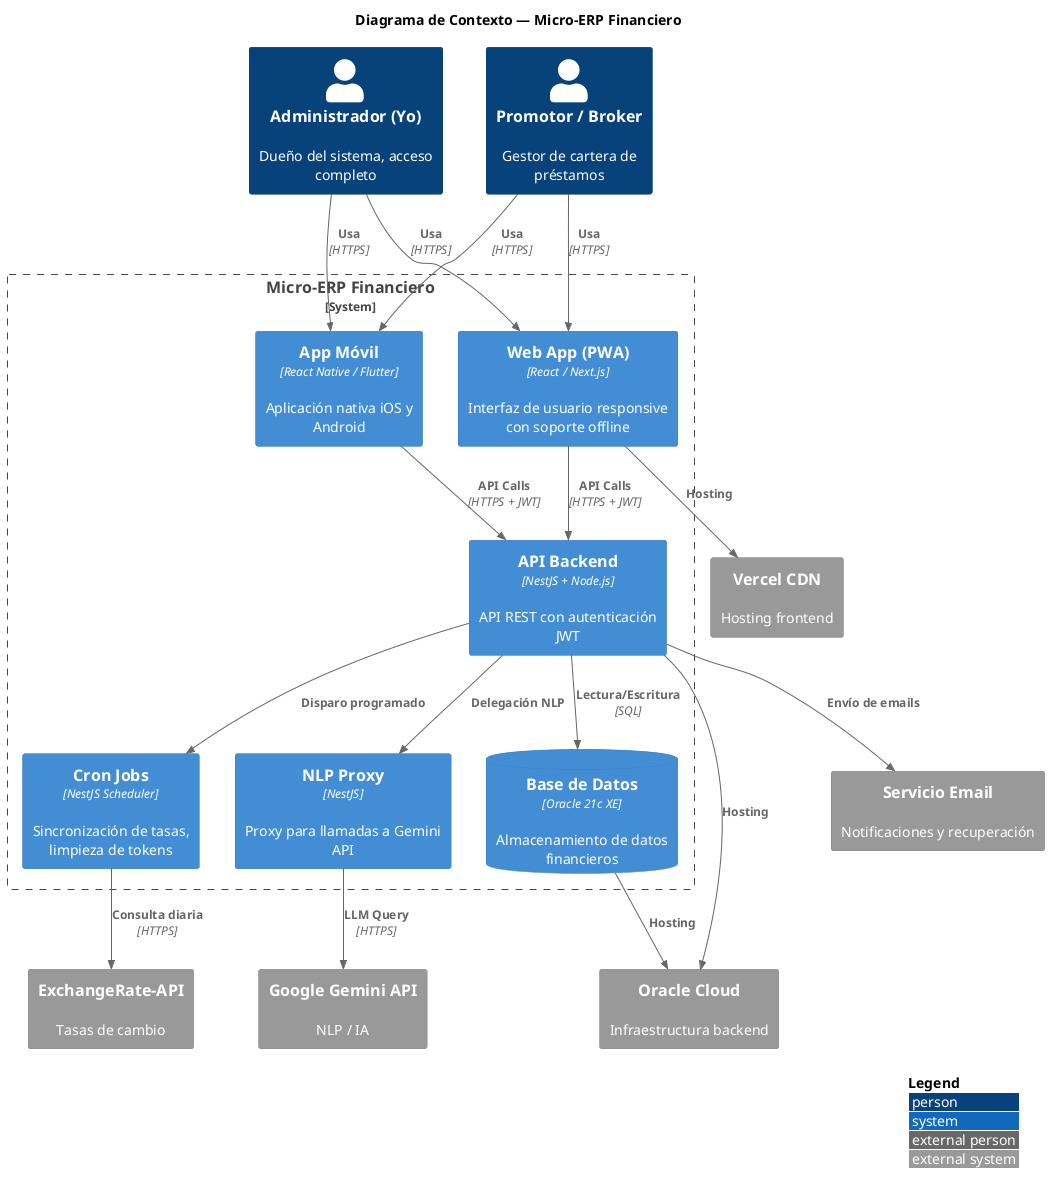
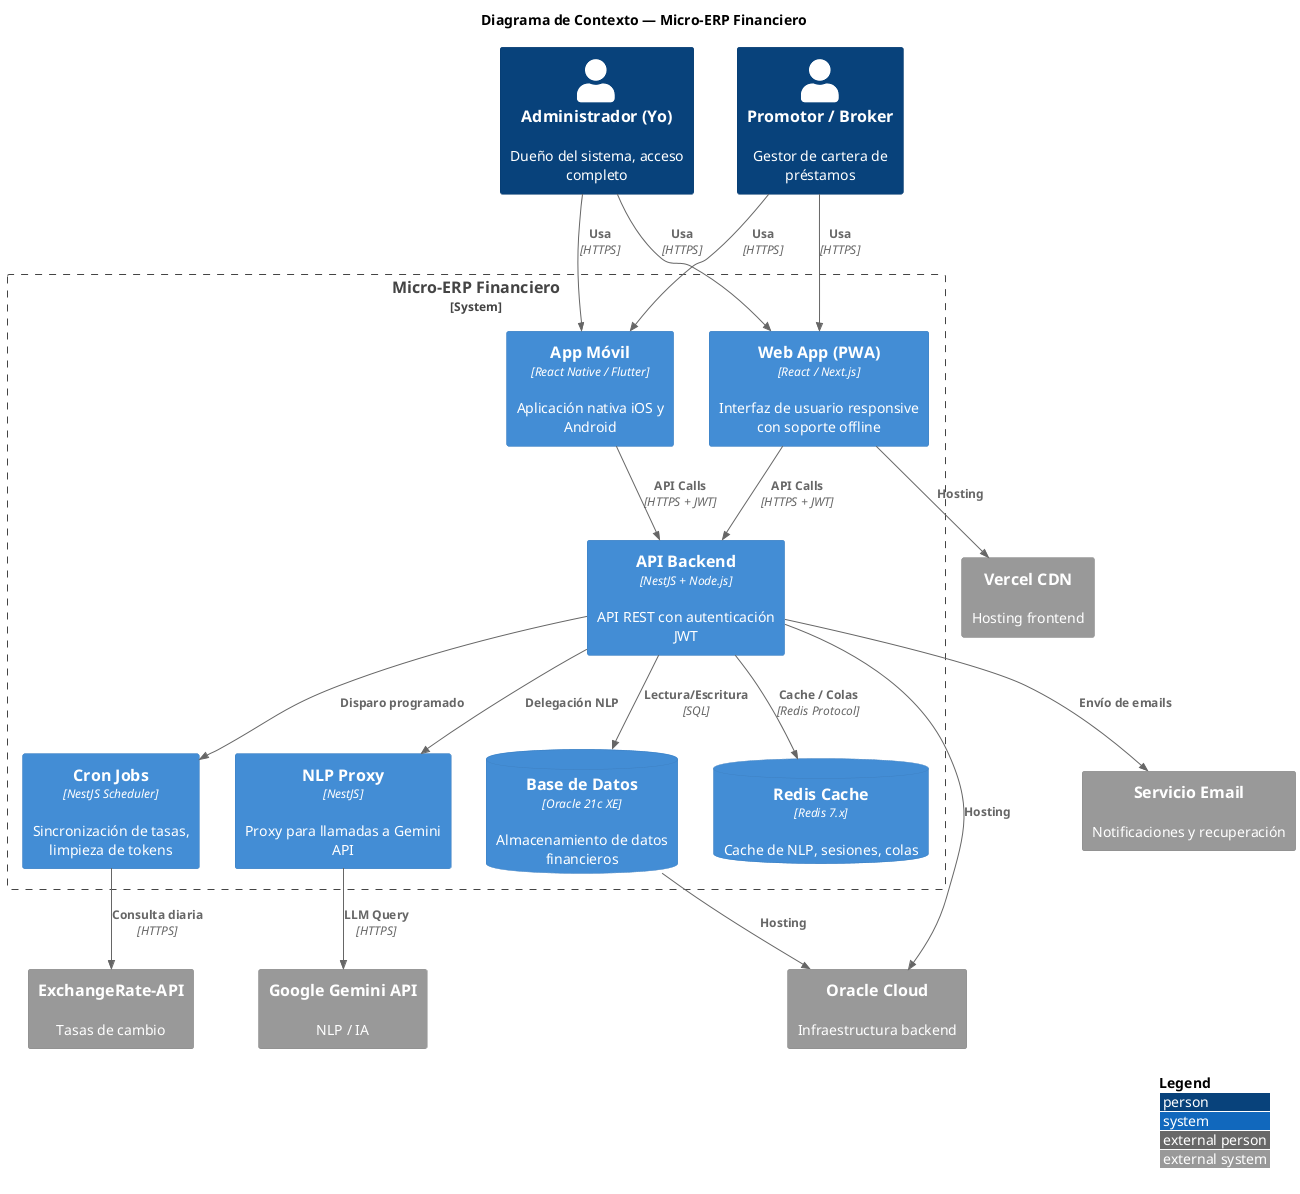
@startuml
!include <C4/C4_Container>
!include <C4/C4_Context>

LAYOUT_WITH_LEGEND()

title Diagrama de Contexto — Micro-ERP Financiero

Person(admin, "Administrador (Yo)", "Dueño del sistema, acceso completo")
Person(promotor, "Promotor / Broker", "Gestor de cartera de préstamos")

System_Boundary(erp, "Micro-ERP Financiero") {
  Container(webapp, "Web App (PWA)", "React / Next.js", "Interfaz de usuario responsive con soporte offline")
  Container(mobile, "App Móvil", "React Native / Flutter", "Aplicación nativa iOS y Android")
  Container(api, "API Backend", "NestJS + Node.js", "API REST con autenticación JWT")
  ContainerDb(db, "Base de Datos", "Oracle 21c XE", "Almacenamiento de datos financieros")
  Container(cron, "Cron Jobs", "NestJS Scheduler", "Sincronización de tasas, limpieza de tokens")
  Container(nlp_proxy, "NLP Proxy", "NestJS", "Proxy para llamadas a Gemini API")
+   ContainerDb(redis, "Redis Cache", "Redis 7.x", "Cache de NLP, sesiones, colas")
}

System_Ext(gemini, "Google Gemini API", "NLP / IA")
System_Ext(exchangerate, "ExchangeRate-API", "Tasas de cambio")
System_Ext(vercel, "Vercel CDN", "Hosting frontend")
System_Ext(oracle_cloud, "Oracle Cloud", "Infraestructura backend")
System_Ext(email, "Servicio Email", "Notificaciones y recuperación")

Rel(admin, webapp, "Usa", "HTTPS")
Rel(admin, mobile, "Usa", "HTTPS")
Rel(promotor, webapp, "Usa", "HTTPS")
Rel(promotor, mobile, "Usa", "HTTPS")

Rel(webapp, api, "API Calls", "HTTPS + JWT")
Rel(mobile, api, "API Calls", "HTTPS + JWT")
Rel(api, db, "Lectura/Escritura", "SQL")
Rel(api, nlp_proxy, "Delegación NLP")
Rel(nlp_proxy, gemini, "LLM Query", "HTTPS")
Rel(api, cron, "Disparo programado")
Rel(cron, exchangerate, "Consulta diaria", "HTTPS")
Rel(api, email, "Envío de emails")
+ Rel(api, redis, "Cache / Colas", "Redis Protocol")

Rel(webapp, vercel, "Hosting")
Rel(api, oracle_cloud, "Hosting")
Rel(db, oracle_cloud, "Hosting")

@enduml
